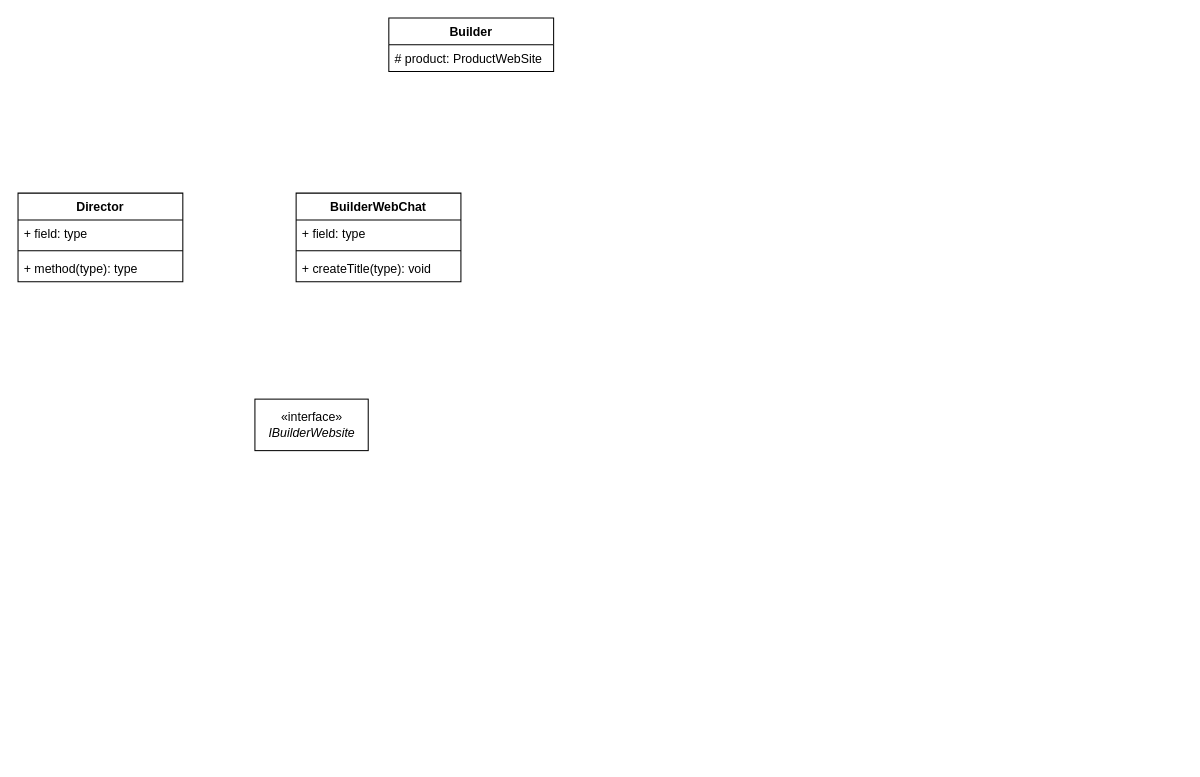
This is Creational/Builder/UML Builder.drawio from devlubinets/todo, a draw.io file, before an edit. Source tidied: cells renumbered, new cells numbered last; positions are measured from the earlier drawing's top-left corner, leaving out a move shared by most shapes. Both pictures are drawn from the tidied source at 103%, with x=0, y=0 at pixel (18, 18).
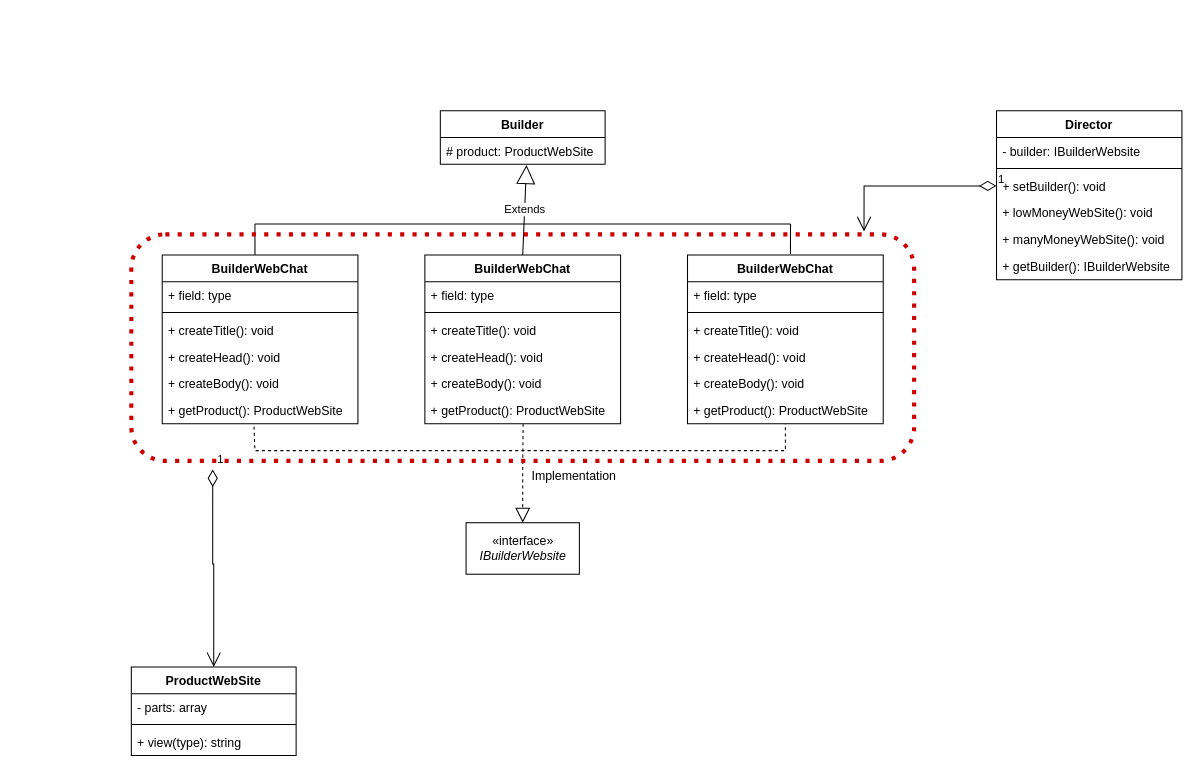
Above is the later version.

Unchanged cells that the change refers to:
```xml
<mxCell id="3" value="# product: ProductWebSite" style="text;strokeColor=none;fillColor=none;align=left;verticalAlign=top;spacingLeft=4;spacingRight=4;overflow=hidden;points=[[0,0.5],[1,0.5]];portConstraint=eastwest;" parent="2" vertex="1">
  <mxGeometry y="26" width="160" height="26" as="geometry" />
</mxCell>
```

What changed in the source:
```diff
@@
     <mxCell id="2" value="Builder" style="swimlane;fontStyle=1;horizontal=1;startSize=26;fillColor=none;" parent="1" vertex="1">
-      <mxGeometry x="360" width="160" height="52" as="geometry" />
+      <mxGeometry x="410" y="90" width="160" height="52" as="geometry" />
     </mxCell>
@@
     <mxCell id="4" value="Director" style="swimlane;fontStyle=1;align=center;verticalAlign=top;horizontal=1;startSize=26;" parent="1" vertex="1">
-      <mxGeometry y="170" width="160" height="86" as="geometry" />
+      <mxGeometry x="950" y="90" width="180" height="164" as="geometry" />
     </mxCell>
-    <mxCell id="5" value="+ field: type" style="text;strokeColor=none;fillColor=none;align=left;verticalAlign=top;spacingLeft=4;spacingRight=4;overflow=hidden;" parent="4" vertex="1">
-      <mxGeometry y="26" width="160" height="26" as="geometry" />
+    <mxCell id="5" value="- builder: IBuilderWebsite" style="text;strokeColor=none;fillColor=none;align=left;verticalAlign=top;spacingLeft=4;spacingRight=4;overflow=hidden;" parent="4" vertex="1">
+      <mxGeometry y="26" width="180" height="26" as="geometry" />
     </mxCell>
     <mxCell id="6" style="line;strokeWidth=1;fillColor=none;align=left;verticalAlign=middle;spacingTop=-1;spacingLeft=3;spacingRight=3;labelPosition=right;" parent="4" vertex="1">
-      <mxGeometry y="52" width="160" height="8" as="geometry" />
+      <mxGeometry y="52" width="180" height="8" as="geometry" />
     </mxCell>
-    <mxCell id="7" value="+ method(type): type" style="text;strokeColor=none;fillColor=none;align=left;verticalAlign=top;spacingLeft=4;spacingRight=4;overflow=hidden;points=[[0,0.5],[1,0.5]];portConstraint=eastwest;" parent="4" vertex="1">
-      <mxGeometry y="60" width="160" height="26" as="geometry" />
+    <mxCell id="7" value="+ setBuilder(): void" style="text;strokeColor=none;fillColor=none;align=left;verticalAlign=top;spacingLeft=4;spacingRight=4;overflow=hidden;points=[[0,0.5],[1,0.5]];portConstraint=eastwest;" parent="4" vertex="1">
+      <mxGeometry y="60" width="180" height="26" as="geometry" />
     </mxCell>
+    <mxCell id="13" value="+ lowMoneyWebSite(): void" style="text;strokeColor=none;fillColor=none;align=left;verticalAlign=top;spacingLeft=4;spacingRight=4;overflow=hidden;dashed=1;dashPattern=1 2;" parent="4" vertex="1">
+      <mxGeometry y="86" width="180" height="26" as="geometry" />
+    </mxCell>
+    <mxCell id="14" value="+ manyMoneyWebSite(): void" style="text;strokeColor=none;fillColor=none;align=left;verticalAlign=top;spacingLeft=4;spacingRight=4;overflow=hidden;dashed=1;dashPattern=1 2;" parent="4" vertex="1">
+      <mxGeometry y="112" width="180" height="26" as="geometry" />
+    </mxCell>
+    <mxCell id="15" value="+ getBuilder(): IBuilderWebsite" style="text;strokeColor=none;fillColor=none;align=left;verticalAlign=top;spacingLeft=4;spacingRight=4;overflow=hidden;dashed=1;dashPattern=1 2;" parent="4" vertex="1">
+      <mxGeometry y="138" width="180" height="26" as="geometry" />
+    </mxCell>
     <mxCell id="8" value="BuilderWebChat" style="swimlane;fontStyle=1;align=center;verticalAlign=top;horizontal=1;startSize=26;" parent="1" vertex="1">
-      <mxGeometry x="270" y="170" width="160" height="86" as="geometry" />
+      <mxGeometry x="140" y="230" width="190" height="164" as="geometry" />
     </mxCell>
     <mxCell id="9" value="+ field: type" style="text;strokeColor=none;fillColor=none;align=left;verticalAlign=top;spacingLeft=4;spacingRight=4;overflow=hidden;" parent="8" vertex="1">
-      <mxGeometry y="26" width="160" height="26" as="geometry" />
+      <mxGeometry y="26" width="190" height="26" as="geometry" />
     </mxCell>
     <mxCell id="10" style="line;strokeWidth=1;fillColor=none;align=left;verticalAlign=middle;spacingTop=-1;spacingLeft=3;spacingRight=3;labelPosition=right;" parent="8" vertex="1">
-      <mxGeometry y="52" width="160" height="8" as="geometry" />
+      <mxGeometry y="52" width="190" height="8" as="geometry" />
     </mxCell>
-    <mxCell id="11" value="+ createTitle(type): void" style="text;strokeColor=none;fillColor=none;align=left;verticalAlign=top;spacingLeft=4;spacingRight=4;overflow=hidden;" parent="8" vertex="1">
-      <mxGeometry y="60" width="160" height="26" as="geometry" />
+    <mxCell id="11" value="+ createTitle(): void" style="text;strokeColor=none;fillColor=none;align=left;verticalAlign=top;spacingLeft=4;spacingRight=4;overflow=hidden;" parent="8" vertex="1">
+      <mxGeometry y="60" width="190" height="26" as="geometry" />
     </mxCell>
+    <mxCell id="16" value="+ createHead(): void" style="text;strokeColor=none;fillColor=none;align=left;verticalAlign=top;spacingLeft=4;spacingRight=4;overflow=hidden;" parent="8" vertex="1">
+      <mxGeometry y="86" width="190" height="26" as="geometry" />
+    </mxCell>
+    <mxCell id="17" value="+ createBody(): void" style="text;strokeColor=none;fillColor=none;align=left;verticalAlign=top;spacingLeft=4;spacingRight=4;overflow=hidden;" parent="8" vertex="1">
+      <mxGeometry y="112" width="190" height="26" as="geometry" />
+    </mxCell>
+    <mxCell id="18" value="+ getProduct(): ProductWebSite" style="text;strokeColor=none;fillColor=none;align=left;verticalAlign=top;spacingLeft=4;spacingRight=4;overflow=hidden;points=[[0,0.5],[1,0.5]];portConstraint=eastwest;" parent="8" vertex="1">
+      <mxGeometry y="138" width="190" height="26" as="geometry" />
+    </mxCell>
     <mxCell id="12" value="«interface»&lt;br&gt;&lt;i&gt;IBuilderWebsite&lt;/i&gt;" style="html=1;" parent="1" vertex="1">
-      <mxGeometry x="230" y="370" width="110" height="50" as="geometry" />
+      <mxGeometry x="435" y="490" width="110" height="50" as="geometry" />
     </mxCell>
+    <mxCell id="19" value="ProductWebSite" style="swimlane;fontStyle=1;align=center;verticalAlign=top;horizontal=1;startSize=26;" parent="1" vertex="1">
+      <mxGeometry x="110" y="630" width="160" height="86" as="geometry" />
+    </mxCell>
+    <mxCell id="20" value="- parts: array" style="text;strokeColor=none;fillColor=none;align=left;verticalAlign=top;spacingLeft=4;spacingRight=4;overflow=hidden;" parent="19" vertex="1">
+      <mxGeometry y="26" width="160" height="26" as="geometry" />
+    </mxCell>
+    <mxCell id="21" style="line;strokeWidth=1;fillColor=none;align=left;verticalAlign=middle;spacingTop=-1;spacingLeft=3;spacingRight=3;labelPosition=right;" parent="19" vertex="1">
+      <mxGeometry y="52" width="160" height="8" as="geometry" />
+    </mxCell>
+    <mxCell id="22" value="+ view(type): string" style="text;strokeColor=none;fillColor=none;align=left;verticalAlign=top;spacingLeft=4;spacingRight=4;overflow=hidden;" parent="19" vertex="1">
+      <mxGeometry y="60" width="160" height="26" as="geometry" />
+    </mxCell>
+    <mxCell id="23" value="BuilderWebChat" style="swimlane;fontStyle=1;align=center;verticalAlign=top;horizontal=1;startSize=26;" parent="1" vertex="1">
+      <mxGeometry x="395" y="230" width="190" height="164" as="geometry" />
+    </mxCell>
+    <mxCell id="24" value="+ field: type" style="text;strokeColor=none;fillColor=none;align=left;verticalAlign=top;spacingLeft=4;spacingRight=4;overflow=hidden;" parent="23" vertex="1">
+      <mxGeometry y="26" width="190" height="26" as="geometry" />
+    </mxCell>
+    <mxCell id="25" style="line;strokeWidth=1;fillColor=none;align=left;verticalAlign=middle;spacingTop=-1;spacingLeft=3;spacingRight=3;labelPosition=right;" parent="23" vertex="1">
+      <mxGeometry y="52" width="190" height="8" as="geometry" />
+    </mxCell>
+    <mxCell id="26" value="+ createTitle(): void" style="text;strokeColor=none;fillColor=none;align=left;verticalAlign=top;spacingLeft=4;spacingRight=4;overflow=hidden;" parent="23" vertex="1">
+      <mxGeometry y="60" width="190" height="26" as="geometry" />
+    </mxCell>
+    <mxCell id="27" value="+ createHead(): void" style="text;strokeColor=none;fillColor=none;align=left;verticalAlign=top;spacingLeft=4;spacingRight=4;overflow=hidden;" parent="23" vertex="1">
+      <mxGeometry y="86" width="190" height="26" as="geometry" />
+    </mxCell>
+    <mxCell id="28" value="+ createBody(): void" style="text;strokeColor=none;fillColor=none;align=left;verticalAlign=top;spacingLeft=4;spacingRight=4;overflow=hidden;" parent="23" vertex="1">
+      <mxGeometry y="112" width="190" height="26" as="geometry" />
+    </mxCell>
+    <mxCell id="29" value="+ getProduct(): ProductWebSite" style="text;strokeColor=none;fillColor=none;align=left;verticalAlign=top;spacingLeft=4;spacingRight=4;overflow=hidden;points=[[0,0.5],[1,0.5]];portConstraint=eastwest;" parent="23" vertex="1">
+      <mxGeometry y="138" width="190" height="26" as="geometry" />
+    </mxCell>
+    <mxCell id="30" value="BuilderWebChat" style="swimlane;fontStyle=1;align=center;verticalAlign=top;horizontal=1;startSize=26;" parent="1" vertex="1">
+      <mxGeometry x="650" y="230" width="190" height="164" as="geometry" />
+    </mxCell>
+    <mxCell id="31" value="+ field: type" style="text;strokeColor=none;fillColor=none;align=left;verticalAlign=top;spacingLeft=4;spacingRight=4;overflow=hidden;" parent="30" vertex="1">
+      <mxGeometry y="26" width="190" height="26" as="geometry" />
+    </mxCell>
+    <mxCell id="32" style="line;strokeWidth=1;fillColor=none;align=left;verticalAlign=middle;spacingTop=-1;spacingLeft=3;spacingRight=3;labelPosition=right;" parent="30" vertex="1">
+      <mxGeometry y="52" width="190" height="8" as="geometry" />
+    </mxCell>
+    <mxCell id="33" value="+ createTitle(): void" style="text;strokeColor=none;fillColor=none;align=left;verticalAlign=top;spacingLeft=4;spacingRight=4;overflow=hidden;" parent="30" vertex="1">
+      <mxGeometry y="60" width="190" height="26" as="geometry" />
+    </mxCell>
+    <mxCell id="34" value="+ createHead(): void" style="text;strokeColor=none;fillColor=none;align=left;verticalAlign=top;spacingLeft=4;spacingRight=4;overflow=hidden;" parent="30" vertex="1">
+      <mxGeometry y="86" width="190" height="26" as="geometry" />
+    </mxCell>
+    <mxCell id="35" value="+ createBody(): void" style="text;strokeColor=none;fillColor=none;align=left;verticalAlign=top;spacingLeft=4;spacingRight=4;overflow=hidden;" parent="30" vertex="1">
+      <mxGeometry y="112" width="190" height="26" as="geometry" />
+    </mxCell>
+    <mxCell id="36" value="+ getProduct(): ProductWebSite" style="text;strokeColor=none;fillColor=none;align=left;verticalAlign=top;spacingLeft=4;spacingRight=4;overflow=hidden;" parent="30" vertex="1">
+      <mxGeometry y="138" width="190" height="26" as="geometry" />
+    </mxCell>
+    <mxCell id="37" value="Extends" style="endArrow=block;endSize=16;endFill=0;html=1;rounded=0;exitX=0.5;exitY=0;exitDx=0;exitDy=0;entryX=0.523;entryY=1.026;entryDx=0;entryDy=0;entryPerimeter=0;" parent="1" edge="1" source="23" target="3">
+      <mxGeometry relative="1" as="geometry" />
+    </mxCell>
+    <mxCell id="38" style="endArrow=none;html=1;rounded=0;exitX=0.474;exitY=-0.001;exitDx=0;exitDy=0;exitPerimeter=0;" parent="1" edge="1" source="8">
+      <mxGeometry relative="1" as="geometry">
+        <mxPoint x="230" y="200" as="targetPoint" />
+      </mxGeometry>
+    </mxCell>
+    <mxCell id="39" style="endArrow=none;html=1;rounded=0;exitX=0.526;exitY=-0.005;exitDx=0;exitDy=0;exitPerimeter=0;" parent="1" edge="1" source="30">
+      <mxGeometry relative="1" as="geometry">
+        <mxPoint x="750" y="200" as="targetPoint" />
+      </mxGeometry>
+    </mxCell>
+    <mxCell id="40" style="endArrow=none;html=1;rounded=0;" parent="1" edge="1">
+      <mxGeometry relative="1" as="geometry">
+        <mxPoint x="230" y="200" as="sourcePoint" />
+        <mxPoint x="750" y="200" as="targetPoint" />
+      </mxGeometry>
+    </mxCell>
+    <mxCell id="41" style="endArrow=block;dashed=1;endFill=0;endSize=12;html=1;rounded=0;entryX=0.5;entryY=0;entryDx=0;entryDy=0;exitX=0.502;exitY=0.995;exitDx=0;exitDy=0;exitPerimeter=0;" parent="1" edge="1" source="29" target="12">
+      <mxGeometry relative="1" as="geometry">
+        <Array as="points">
+          <mxPoint x="490" y="440" />
+        </Array>
+      </mxGeometry>
+    </mxCell>
+    <mxCell id="42" style="endArrow=none;dashed=1;html=1;rounded=0;exitX=0.469;exitY=1.104;exitDx=0;exitDy=0;exitPerimeter=0;entryX=0.5;entryY=1;entryDx=0;entryDy=0;" parent="1" edge="1" source="18" target="30">
+      <mxGeometry relative="1" as="geometry">
+        <Array as="points">
+          <mxPoint x="230" y="420" />
+          <mxPoint x="745" y="420" />
+        </Array>
+      </mxGeometry>
+    </mxCell>
+    <mxCell id="43" value="Implementation" style="text;html=1;strokeColor=none;fillColor=none;align=center;verticalAlign=middle;whiteSpace=wrap;rounded=0;" parent="1" vertex="1">
+      <mxGeometry x="510" y="430" width="60" height="30" as="geometry" />
+    </mxCell>
+    <mxCell id="44" value="1" style="endArrow=open;html=1;endSize=12;startArrow=diamondThin;startSize=14;startFill=0;edgeStyle=orthogonalEdgeStyle;align=left;verticalAlign=bottom;rounded=0;exitX=0.104;exitY=1.038;exitDx=0;exitDy=0;exitPerimeter=0;entryX=0.5;entryY=0;entryDx=0;entryDy=0;" parent="1" edge="1" source="45" target="19">
+      <mxGeometry x="-1" y="3" relative="1" as="geometry" />
+    </mxCell>
+    <mxCell id="45" style="rounded=1;whiteSpace=wrap;html=1;fillColor=none;dashed=1;dashPattern=1 2;strokeWidth=4;strokeColor=#CC0000;" parent="1" vertex="1">
+      <mxGeometry x="110" y="210" width="760" height="220" as="geometry" />
+    </mxCell>
+    <mxCell id="46" value="1" style="endArrow=open;html=1;endSize=12;startArrow=diamondThin;startSize=14;startFill=0;edgeStyle=orthogonalEdgeStyle;align=left;verticalAlign=bottom;rounded=0;exitX=0;exitY=0.5;exitDx=0;exitDy=0;entryX=0.936;entryY=-0.013;entryDx=0;entryDy=0;entryPerimeter=0;" parent="1" edge="1" source="7" target="45">
+      <mxGeometry x="-1" y="3" relative="1" as="geometry" />
+    </mxCell>
```
